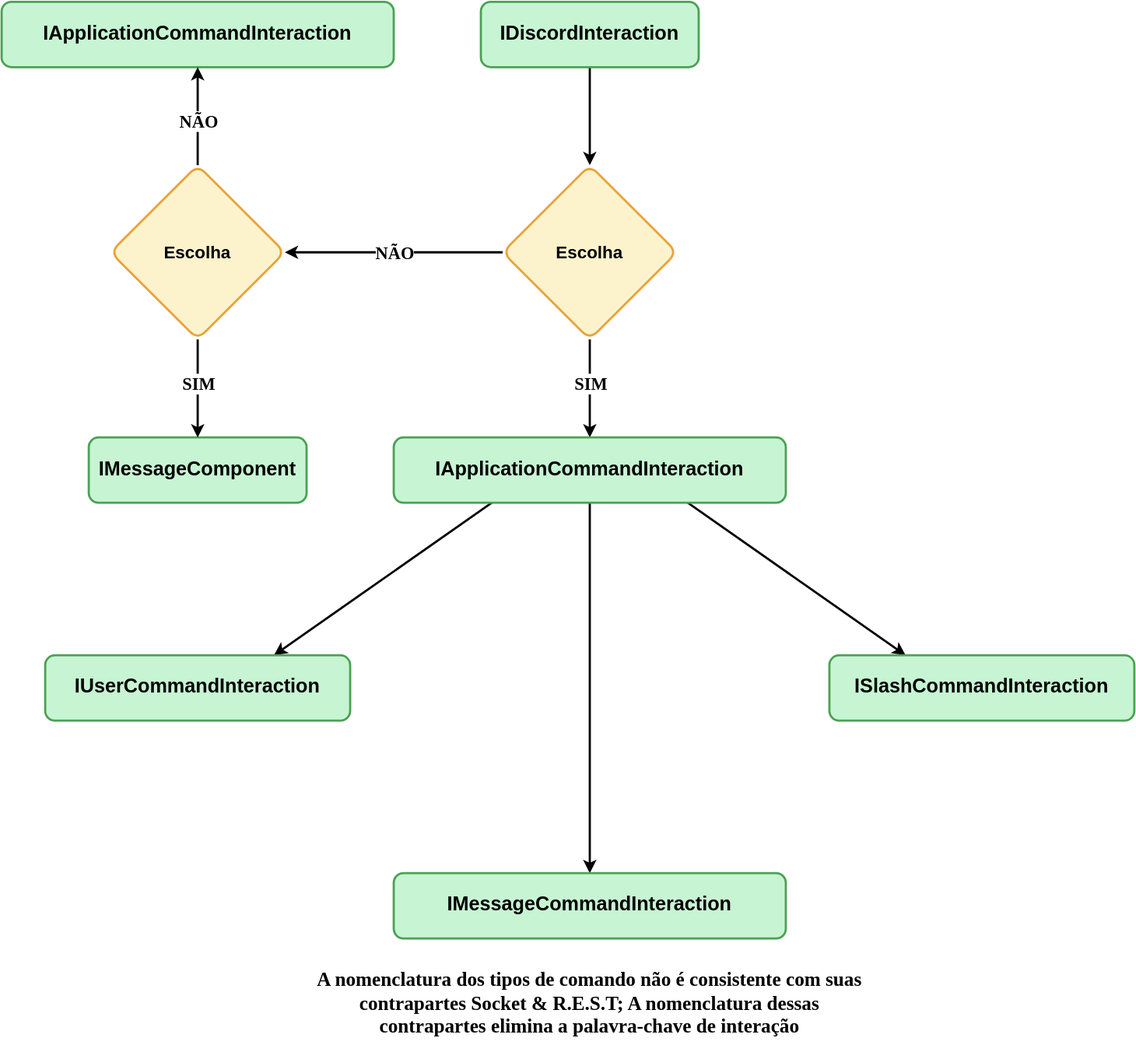
Edaurodo/d-net-doc-translation-pt-BR keeps this draw.io diagram as guide/entities/charts/Interactions.svg. Above is the earlier version. Source tidied: cells renumbered, new cells last; positions are measured from the earlier drawing's top-left corner, leaving out a move shared by most shapes.
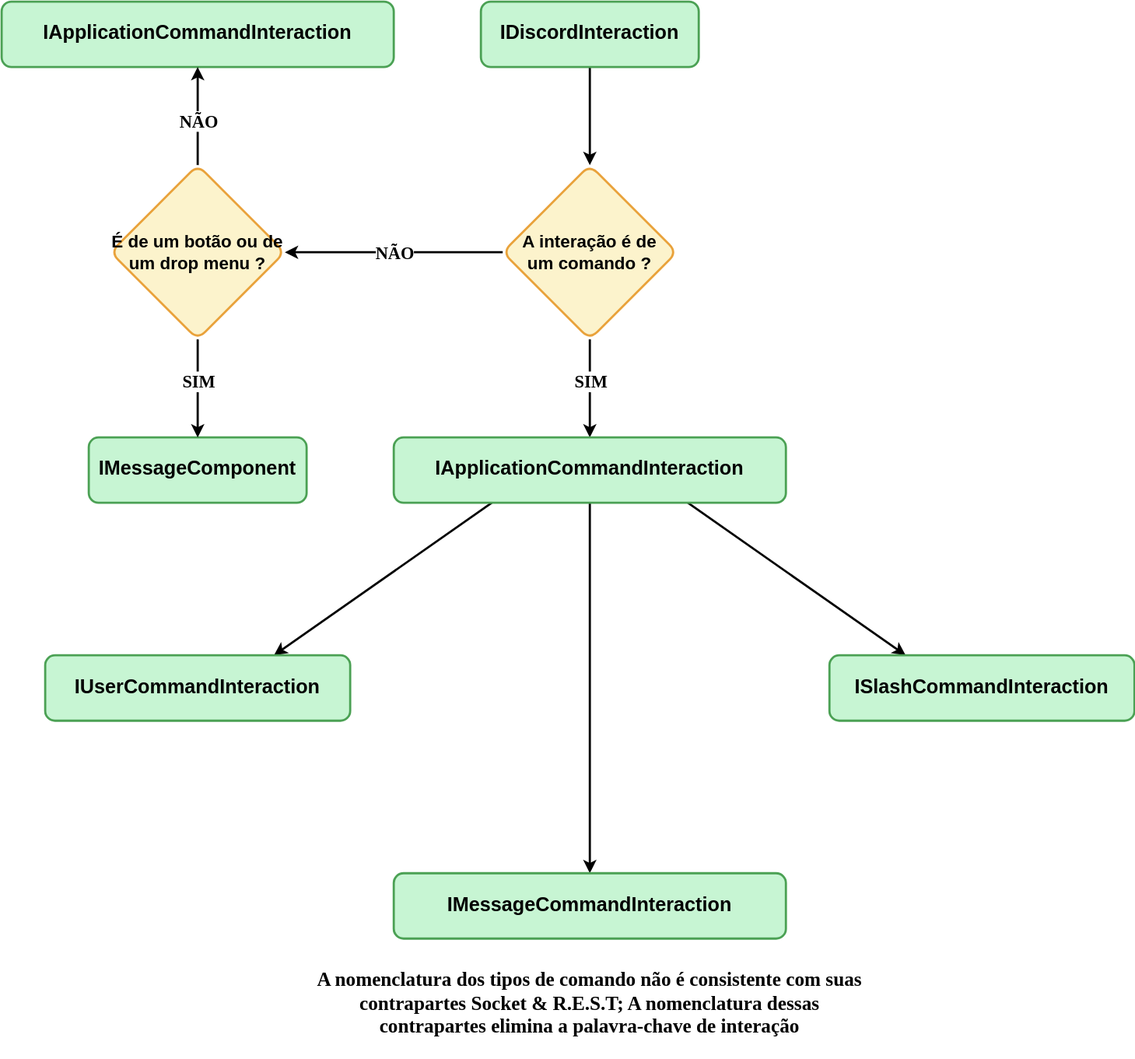
The same diagram one commit later.

Change to the diagram source:
```diff
@@ -22,7 +22,7 @@
         <mxPoint y="-6" as="offset" />
       </mxGeometry>
     </mxCell>
-    <mxCell id="8" value="&lt;b&gt;&lt;font style=&quot;font-size: 16px;&quot;&gt;Escolha&lt;/font&gt;&lt;/b&gt;" style="rhombus;whiteSpace=wrap;html=1;strokeWidth=2;fillColor=#FCF3CC;strokeColor=#E9A23B;double=0;rounded=1;align=center;" parent="1" vertex="1">
+    <mxCell id="8" value="&lt;b&gt;&lt;font style=&quot;font-size: 16px;&quot;&gt;A interação é de&lt;br&gt;um comando ?&lt;/font&gt;&lt;/b&gt;" style="rhombus;whiteSpace=wrap;html=1;strokeWidth=2;fillColor=#FCF3CC;strokeColor=#E9A23B;double=0;rounded=1;align=center;" parent="1" vertex="1">
       <mxGeometry x="460" y="150" width="160" height="160" as="geometry" />
     </mxCell>
     <mxCell id="9" style="rounded=0;jettySize=auto;html=1;exitX=0.5;exitY=1;exitDx=0;exitDy=0;entryX=0.5;entryY=0;entryDx=0;entryDy=0;strokeWidth=2;" parent="1" edge="1" source="12" target="22">
@@ -59,7 +59,7 @@
         <mxPoint y="4" as="offset" />
       </mxGeometry>
     </mxCell>
-    <mxCell id="19" value="&lt;b&gt;&lt;font style=&quot;font-size: 16px;&quot;&gt;Escolha&lt;/font&gt;&lt;/b&gt;" style="rhombus;whiteSpace=wrap;html=1;strokeWidth=2;fillColor=#FCF3CC;strokeColor=#E9A23B;double=0;rounded=1;align=center;" parent="1" vertex="1">
+    <mxCell id="19" value="&lt;b&gt;&lt;font style=&quot;font-size: 16px;&quot;&gt;É de um botão ou de um drop menu ?&lt;/font&gt;&lt;/b&gt;" style="rhombus;whiteSpace=wrap;html=1;strokeWidth=2;fillColor=#FCF3CC;strokeColor=#E9A23B;double=0;rounded=1;align=center;" parent="1" vertex="1">
       <mxGeometry x="100" y="150" width="160" height="160" as="geometry" />
     </mxCell>
     <mxCell id="20" value="&lt;p style=&quot;line-height: 120%;&quot;&gt;&lt;b&gt;&lt;font style=&quot;font-size: 18px;&quot;&gt;IUserCommandInteraction&lt;/font&gt;&lt;/b&gt;&lt;/p&gt;" style="rounded=1;whiteSpace=wrap;html=1;fillStyle=solid;fillColor=#C7F5D3;strokeColor=#4BA154;strokeWidth=2;" parent="1" vertex="1">
```
